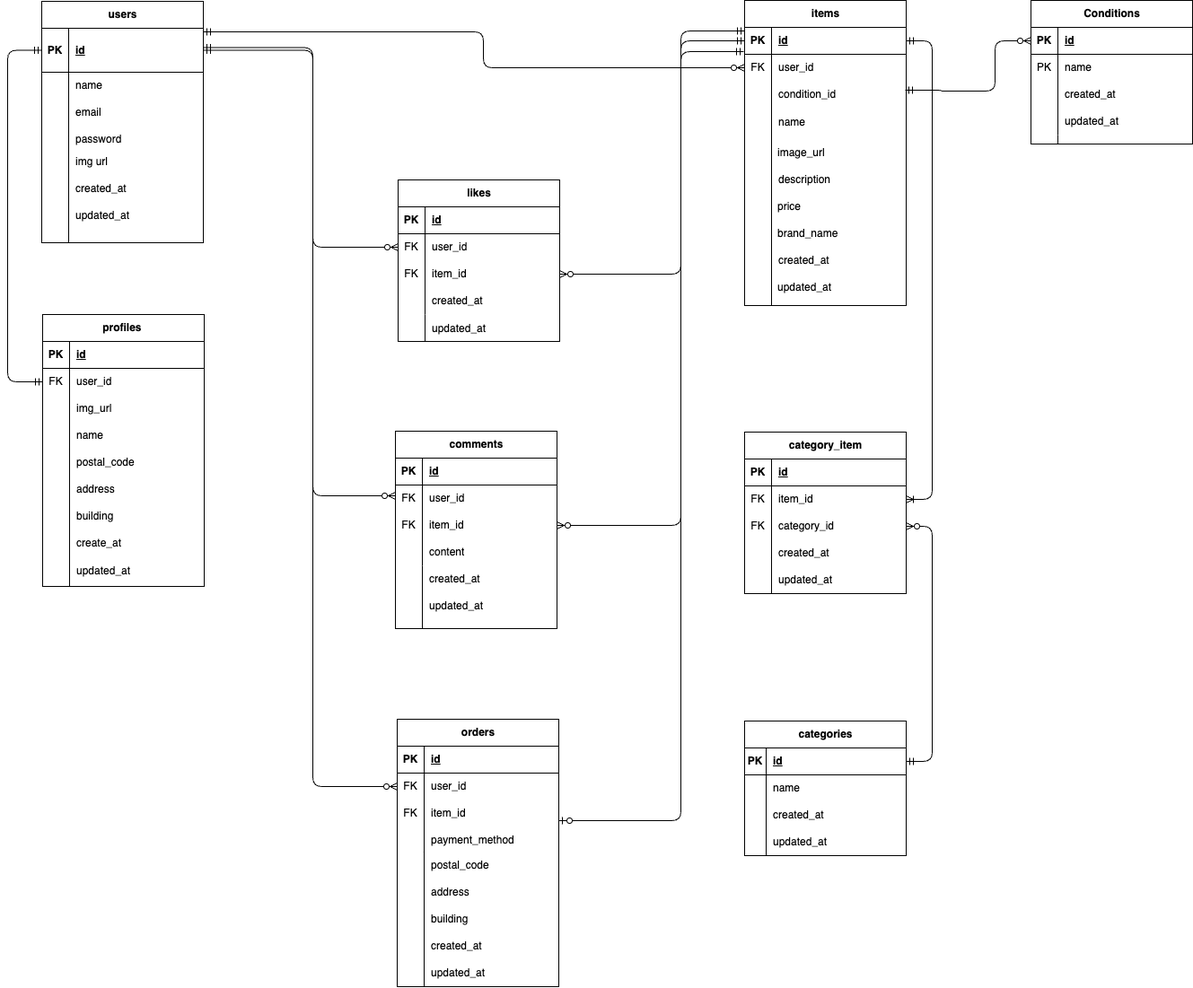
Ayana-del/coachtech-furima keeps this draw.io diagram as er-diagram.drawio.png. Above is the earlier version. Source tidied: cells renumbered, new cells last; positions are measured from the earlier drawing's top-left corner, leaving out a move shared by most shapes.
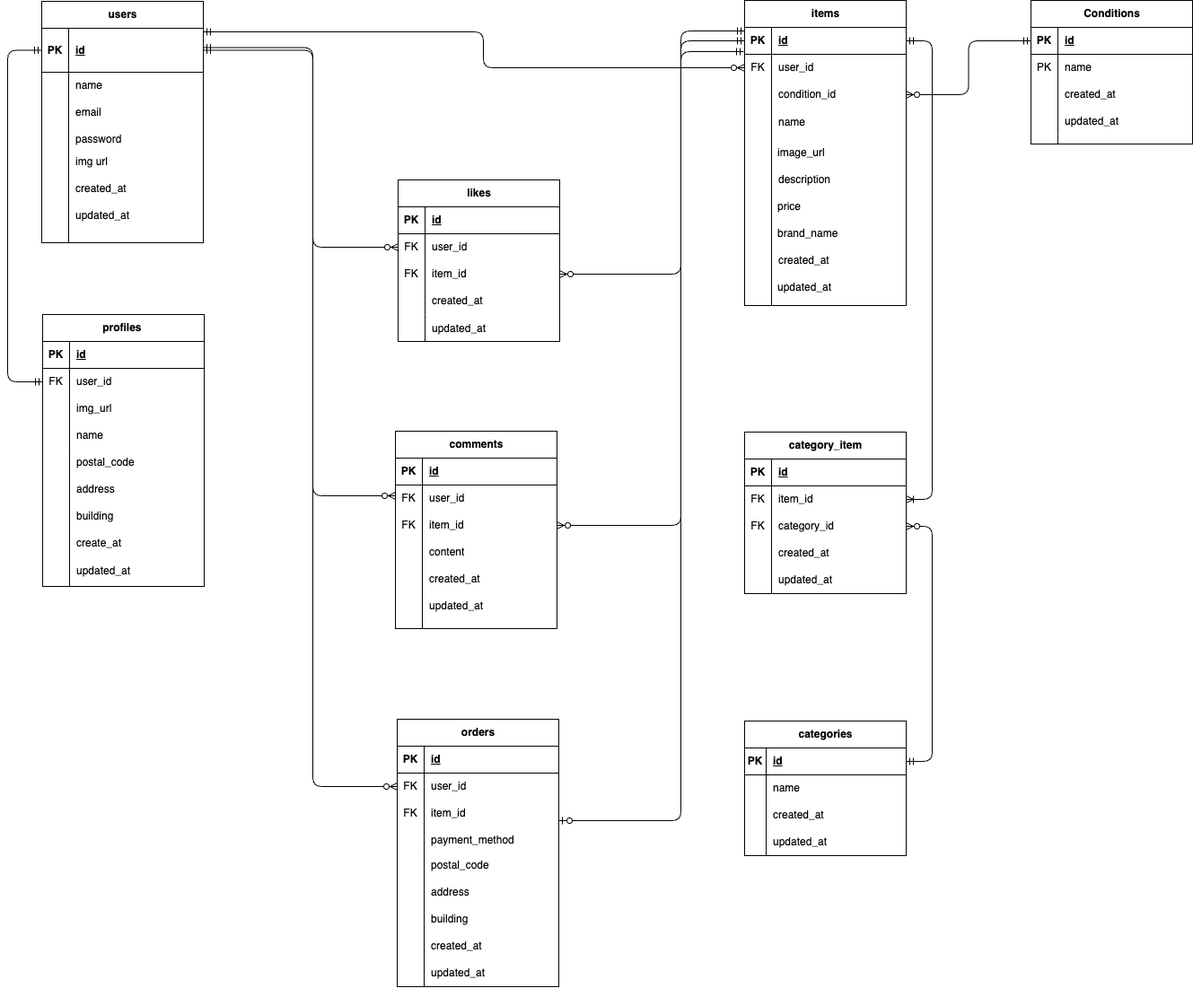
Above is the later version.

Diff of the diagram source:
```diff
@@ -562,16 +562,8 @@
         <mxPoint x="1170" y="150" as="targetPoint" />
       </mxGeometry>
     </mxCell>
-    <mxCell id="162" style="edgeStyle=orthogonalEdgeStyle;fontSize=12;html=1;endArrow=ERzeroToMany;startArrow=ERmandOne;entryX=0;entryY=0.5;entryDx=0;entryDy=0;" parent="1" edge="1" target="149">
-      <mxGeometry relative="1" as="geometry">
-        <mxPoint x="1000" y="100" as="sourcePoint" />
-        <Array as="points">
-          <mxPoint x="1040" y="100" />
-          <mxPoint x="1040" y="101" />
-          <mxPoint x="1100" y="101" />
-          <mxPoint x="1100" y="45" />
-        </Array>
-      </mxGeometry>
+    <mxCell id="162" style="edgeStyle=orthogonalEdgeStyle;fontSize=12;html=1;endArrow=ERzeroToMany;startArrow=ERmandOne;exitX=0;exitY=0.5;exitDx=0;exitDy=0;entryX=1;entryY=0.5;entryDx=0;entryDy=0;" parent="1" edge="1" source="149" target="46">
+      <mxGeometry relative="1" as="geometry" />
     </mxCell>
   </root>
 </mxGraphModel>
```
